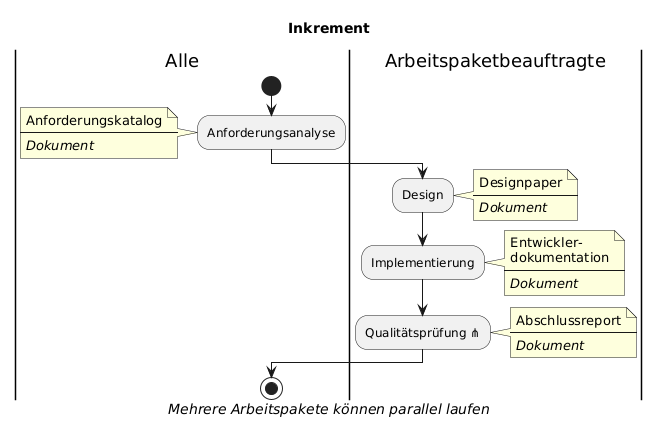
The PlantUML diagram wiki/topics/Inkremente/00/Diagramme/Entwicklungsplan_002.png in SoftwareEngineeringOne/wiki, before a commit. Source of this version:
```plantuml
@startuml
title Inkrement
|Alle|
start

:Anforderungsanalyse;
note left
    Anforderungskatalog
    ----
    <i>Dokument</i>
end note
|Arbeitspaketbeauftragte|
:Design;
note right
    Designpaper
    ----
    <i>Dokument</i>
end note
:Implementierung;
note right
    Entwickler-
    dokumentation
    ----
    <i>Dokument</i>
end note
|Arbeitspaketbeauftragte|
:Qualitätsprüfung ⋔;
note right
    Abschlussreport
    ----
    <i>Dokument</i>
end note
|Alle|
stop
caption <i>Mehrere Arbeitspakete können parallel laufen</i>
@enduml
```
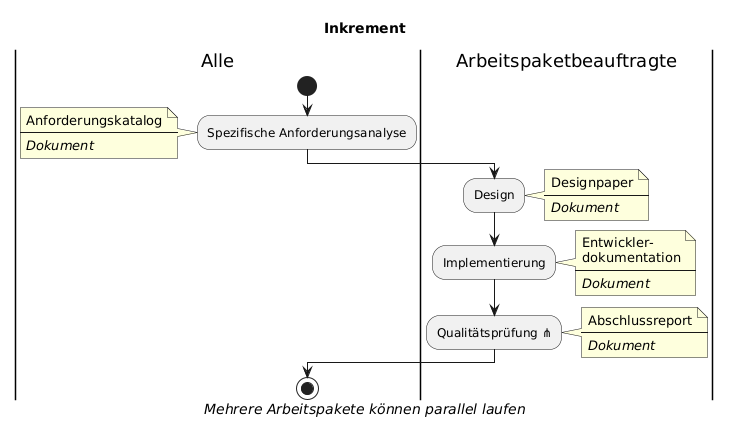
Above is the later version.

Commit message:
fix: update wording in diagram

What changed in the source:
```diff
@@ -3,7 +3,7 @@
 |Alle|
 start
 
-:Anforderungsanalyse;
+:Spezifische Anforderungsanalyse;
 note left
     Anforderungskatalog
     ----
```
